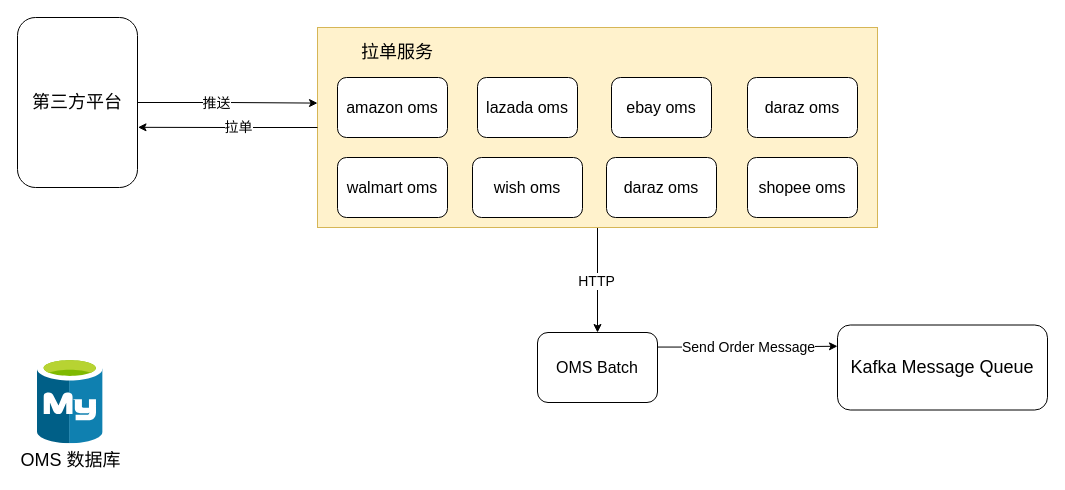
The draw.io diagram longpean/OMS系统架构.drawio in GitHeP/diagrams, before the edit. Source tidied: cells renumbered, new cells numbered last; positions are measured from the earlier drawing's top-left corner, leaving out a move shared by most shapes. Both pictures are drawn from the tidied source at 100%, with x=0, y=0 at pixel (17, 17).
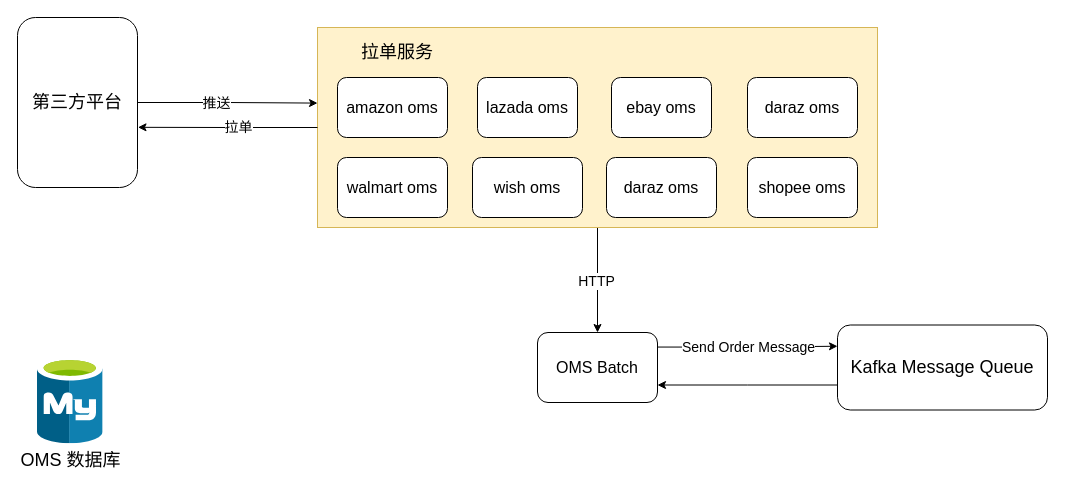
After the change.

Commit message (it also covers changes not shown here):
更新OMS系统架构.drawio

The change refers to these unchanged cells:
```xml
<mxCell id="22" value="&lt;font style=&quot;font-size: 16px;&quot;&gt;OMS Batch&lt;/font&gt;" style="rounded=1;whiteSpace=wrap;html=1;" parent="1" vertex="1">
  <mxGeometry x="520" y="315" width="120" height="70" as="geometry" />
</mxCell>
<mxCell id="23" value="&lt;font style=&quot;font-size: 18px;&quot;&gt;Kafka Message Queue&lt;/font&gt;" style="rounded=1;whiteSpace=wrap;html=1;" parent="1" vertex="1">
  <mxGeometry x="820" y="307.5" width="210" height="85" as="geometry" />
</mxCell>
```

What changed in the source:
```diff
@@
+    <mxCell id="24" style="edgeStyle=orthogonalEdgeStyle;rounded=0;jettySize=auto;html=1;entryX=1;entryY=0.75;entryDx=0;entryDy=0;" parent="1" edge="1" source="23" target="22">
+      <mxGeometry relative="1" as="geometry">
+        <Array as="points">
+          <mxPoint x="730" y="368" />
+        </Array>
+      </mxGeometry>
+    </mxCell>
```
